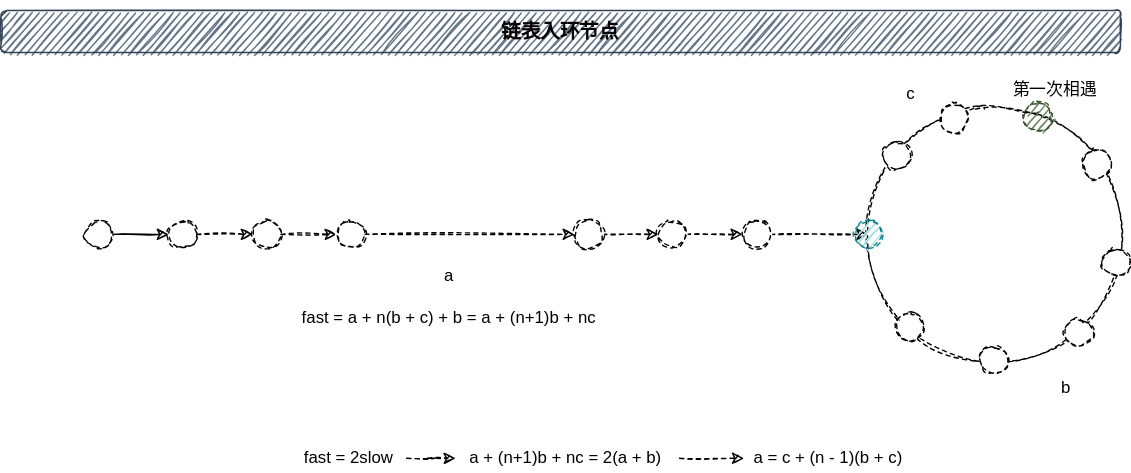
This is 05-数据结构与算法/00-数据结构/images/链表入环.svg from cd-home/Root, a draw.io export, as it was before one commit. Source tidied: cells renumbered, new cells last; positions are measured from the earlier drawing's top-left corner, leaving out a move shared by most shapes.
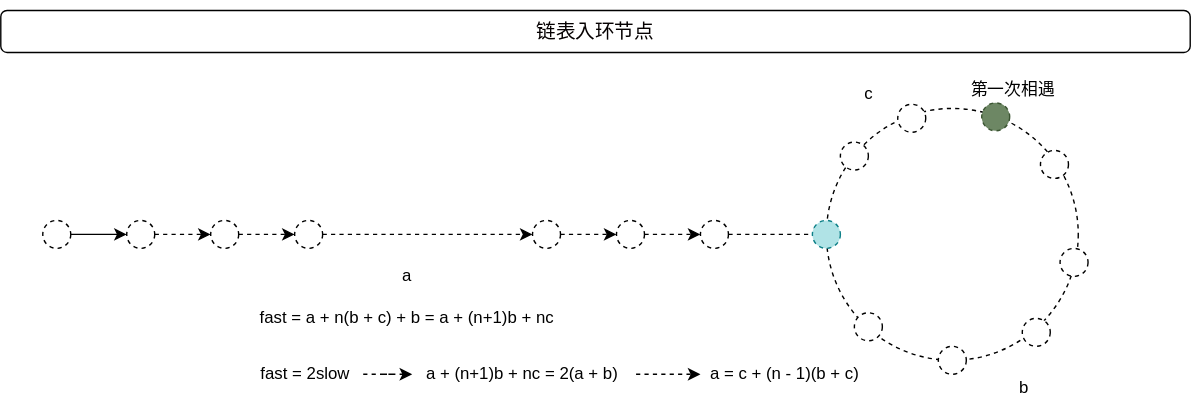
The same file after the commit.

The edit, as a diff of the source:
```diff
@@ -2,110 +2,110 @@
   <root>
     <mxCell id="0" />
     <mxCell id="1" parent="0" />
-    <mxCell id="2" value="&lt;h3&gt;&lt;font color=&quot;#050001&quot;&gt;链表入环节点&lt;/font&gt;&lt;/h3&gt;" style="rounded=1;whiteSpace=wrap;html=1;fillColor=#647687;strokeColor=#314354;fontColor=#ffffff;sketch=1;" parent="1" vertex="1">
-      <mxGeometry width="800" height="30" as="geometry" />
+    <mxCell id="2" value="&lt;h3&gt;&lt;font style=&quot;font-weight: normal;&quot; color=&quot;#050001&quot;&gt;链表入环节点&lt;/font&gt;&lt;/h3&gt;" style="rounded=1;whiteSpace=wrap;html=1;" parent="1" vertex="1">
+      <mxGeometry x="30" width="850" height="30" as="geometry" />
     </mxCell>
-    <mxCell id="3" style="edgeStyle=orthogonalEdgeStyle;rounded=0;jettySize=auto;html=1;strokeWidth=1;sketch=1;" parent="1" edge="1" source="4" target="6">
+    <mxCell id="3" style="edgeStyle=orthogonalEdgeStyle;rounded=0;jettySize=auto;html=1;strokeWidth=1;" parent="1" edge="1" source="4" target="6">
       <mxGeometry relative="1" as="geometry" />
     </mxCell>
-    <mxCell id="4" style="ellipse;whiteSpace=wrap;html=1;dashed=1;sketch=1;" parent="1" vertex="1">
+    <mxCell id="4" style="ellipse;whiteSpace=wrap;html=1;dashed=1;" parent="1" vertex="1">
       <mxGeometry x="60" y="150" width="20" height="20" as="geometry" />
     </mxCell>
-    <mxCell id="5" style="edgeStyle=orthogonalEdgeStyle;rounded=0;jettySize=auto;html=1;strokeWidth=1;dashed=1;sketch=1;" parent="1" edge="1" source="6" target="8">
+    <mxCell id="5" style="edgeStyle=orthogonalEdgeStyle;rounded=0;jettySize=auto;html=1;strokeWidth=1;dashed=1;" parent="1" edge="1" source="6" target="8">
       <mxGeometry relative="1" as="geometry" />
     </mxCell>
-    <mxCell id="6" style="ellipse;whiteSpace=wrap;html=1;dashed=1;sketch=1;" parent="1" vertex="1">
+    <mxCell id="6" style="ellipse;whiteSpace=wrap;html=1;dashed=1;" parent="1" vertex="1">
       <mxGeometry x="120" y="150" width="20" height="20" as="geometry" />
     </mxCell>
-    <mxCell id="7" style="edgeStyle=orthogonalEdgeStyle;rounded=0;jettySize=auto;html=1;dashed=1;strokeWidth=1;sketch=1;" parent="1" edge="1" source="8" target="10">
+    <mxCell id="7" style="edgeStyle=orthogonalEdgeStyle;rounded=0;jettySize=auto;html=1;dashed=1;strokeWidth=1;" parent="1" edge="1" source="8" target="10">
       <mxGeometry relative="1" as="geometry" />
     </mxCell>
-    <mxCell id="8" style="ellipse;whiteSpace=wrap;html=1;dashed=1;sketch=1;" parent="1" vertex="1">
+    <mxCell id="8" style="ellipse;whiteSpace=wrap;html=1;dashed=1;" parent="1" vertex="1">
       <mxGeometry x="180" y="150" width="20" height="20" as="geometry" />
     </mxCell>
-    <mxCell id="9" style="edgeStyle=orthogonalEdgeStyle;rounded=0;jettySize=auto;html=1;dashed=1;strokeWidth=1;sketch=1;" parent="1" edge="1" source="10" target="12">
+    <mxCell id="9" style="edgeStyle=orthogonalEdgeStyle;rounded=0;jettySize=auto;html=1;dashed=1;strokeWidth=1;" parent="1" edge="1" source="10" target="12">
       <mxGeometry relative="1" as="geometry" />
     </mxCell>
-    <mxCell id="10" style="ellipse;whiteSpace=wrap;html=1;dashed=1;sketch=1;" parent="1" vertex="1">
+    <mxCell id="10" style="ellipse;whiteSpace=wrap;html=1;dashed=1;" parent="1" vertex="1">
       <mxGeometry x="240" y="150" width="20" height="20" as="geometry" />
     </mxCell>
-    <mxCell id="11" style="edgeStyle=orthogonalEdgeStyle;rounded=0;jettySize=auto;html=1;dashed=1;strokeWidth=1;sketch=1;" parent="1" edge="1" source="12" target="14">
+    <mxCell id="11" style="edgeStyle=orthogonalEdgeStyle;rounded=0;jettySize=auto;html=1;dashed=1;strokeWidth=1;" parent="1" edge="1" source="12" target="14">
       <mxGeometry relative="1" as="geometry" />
     </mxCell>
-    <mxCell id="12" style="ellipse;whiteSpace=wrap;html=1;dashed=1;sketch=1;" parent="1" vertex="1">
+    <mxCell id="12" style="ellipse;whiteSpace=wrap;html=1;dashed=1;" parent="1" vertex="1">
       <mxGeometry x="410" y="150" width="20" height="20" as="geometry" />
     </mxCell>
-    <mxCell id="13" style="edgeStyle=orthogonalEdgeStyle;rounded=0;jettySize=auto;html=1;dashed=1;strokeWidth=1;sketch=1;" parent="1" edge="1" source="14" target="16">
+    <mxCell id="13" style="edgeStyle=orthogonalEdgeStyle;rounded=0;jettySize=auto;html=1;dashed=1;strokeWidth=1;" parent="1" edge="1" source="14" target="16">
       <mxGeometry relative="1" as="geometry" />
     </mxCell>
-    <mxCell id="14" style="ellipse;whiteSpace=wrap;html=1;dashed=1;sketch=1;" parent="1" vertex="1">
+    <mxCell id="14" style="ellipse;whiteSpace=wrap;html=1;dashed=1;" parent="1" vertex="1">
       <mxGeometry x="470" y="150" width="20" height="20" as="geometry" />
     </mxCell>
-    <mxCell id="15" style="edgeStyle=orthogonalEdgeStyle;rounded=0;jettySize=auto;html=1;dashed=1;strokeWidth=1;sketch=1;" parent="1" edge="1" source="16" target="17">
+    <mxCell id="15" style="edgeStyle=orthogonalEdgeStyle;rounded=0;jettySize=auto;html=1;dashed=1;strokeWidth=1;" parent="1" edge="1" source="16" target="17">
       <mxGeometry relative="1" as="geometry" />
     </mxCell>
-    <mxCell id="16" style="ellipse;whiteSpace=wrap;html=1;dashed=1;sketch=1;" parent="1" vertex="1">
+    <mxCell id="16" style="ellipse;whiteSpace=wrap;html=1;dashed=1;" parent="1" vertex="1">
       <mxGeometry x="530" y="150" width="20" height="20" as="geometry" />
     </mxCell>
-    <mxCell id="17" style="ellipse;whiteSpace=wrap;html=1;dashed=1;sketch=1;" parent="1" vertex="1">
+    <mxCell id="17" style="ellipse;whiteSpace=wrap;html=1;dashed=1;" parent="1" vertex="1">
       <mxGeometry x="620" y="70" width="180" height="180" as="geometry" />
     </mxCell>
-    <mxCell id="18" style="ellipse;whiteSpace=wrap;html=1;dashed=1;fillColor=#b0e3e6;strokeColor=#0e8088;sketch=1;" parent="1" vertex="1">
+    <mxCell id="18" style="ellipse;whiteSpace=wrap;html=1;dashed=1;fillColor=#b0e3e6;strokeColor=#0e8088;" parent="1" vertex="1">
       <mxGeometry x="610" y="150" width="20" height="20" as="geometry" />
     </mxCell>
-    <mxCell id="19" style="ellipse;whiteSpace=wrap;html=1;dashed=1;sketch=1;" parent="1" vertex="1">
+    <mxCell id="19" style="ellipse;whiteSpace=wrap;html=1;dashed=1;" parent="1" vertex="1">
       <mxGeometry x="630" y="94" width="20" height="20" as="geometry" />
     </mxCell>
-    <mxCell id="20" style="ellipse;whiteSpace=wrap;html=1;dashed=1;sketch=1;" parent="1" vertex="1">
+    <mxCell id="20" style="ellipse;whiteSpace=wrap;html=1;dashed=1;" parent="1" vertex="1">
       <mxGeometry x="671" y="67" width="20" height="20" as="geometry" />
     </mxCell>
-    <mxCell id="21" style="ellipse;whiteSpace=wrap;html=1;dashed=1;fillColor=#6d8764;strokeColor=#3A5431;fontColor=#ffffff;sketch=1;" parent="1" vertex="1">
+    <mxCell id="21" style="ellipse;whiteSpace=wrap;html=1;dashed=1;fillColor=#6d8764;strokeColor=#3A5431;fontColor=#ffffff;" parent="1" vertex="1">
       <mxGeometry x="731" y="66" width="20" height="20" as="geometry" />
     </mxCell>
-    <mxCell id="22" style="ellipse;whiteSpace=wrap;html=1;dashed=1;sketch=1;" parent="1" vertex="1">
+    <mxCell id="22" style="ellipse;whiteSpace=wrap;html=1;dashed=1;" parent="1" vertex="1">
       <mxGeometry x="773" y="100" width="20" height="20" as="geometry" />
     </mxCell>
-    <mxCell id="23" style="ellipse;whiteSpace=wrap;html=1;dashed=1;sketch=1;" parent="1" vertex="1">
+    <mxCell id="23" style="ellipse;whiteSpace=wrap;html=1;dashed=1;" parent="1" vertex="1">
       <mxGeometry x="787" y="170" width="20" height="20" as="geometry" />
     </mxCell>
-    <mxCell id="24" style="ellipse;whiteSpace=wrap;html=1;dashed=1;sketch=1;" parent="1" vertex="1">
+    <mxCell id="24" style="ellipse;whiteSpace=wrap;html=1;dashed=1;" parent="1" vertex="1">
       <mxGeometry x="760" y="220" width="20" height="20" as="geometry" />
     </mxCell>
-    <mxCell id="25" style="ellipse;whiteSpace=wrap;html=1;dashed=1;sketch=1;" parent="1" vertex="1">
+    <mxCell id="25" style="ellipse;whiteSpace=wrap;html=1;dashed=1;" parent="1" vertex="1">
       <mxGeometry x="700" y="240" width="20" height="20" as="geometry" />
     </mxCell>
-    <mxCell id="26" style="ellipse;whiteSpace=wrap;html=1;dashed=1;sketch=1;" parent="1" vertex="1">
+    <mxCell id="26" style="ellipse;whiteSpace=wrap;html=1;dashed=1;" parent="1" vertex="1">
       <mxGeometry x="640" y="216" width="20" height="20" as="geometry" />
     </mxCell>
-    <mxCell id="27" value="a" style="text;html=1;align=center;verticalAlign=middle;strokeColor=none;sketch=1;" parent="1" vertex="1">
+    <mxCell id="27" value="a" style="text;html=1;align=center;verticalAlign=middle;strokeColor=none;" parent="1" vertex="1">
       <mxGeometry x="310" y="180" width="20" height="20" as="geometry" />
     </mxCell>
-    <mxCell id="28" value="b" style="text;html=1;align=center;verticalAlign=middle;strokeColor=none;sketch=1;" parent="1" vertex="1">
+    <mxCell id="28" value="b" style="text;html=1;align=center;verticalAlign=middle;strokeColor=none;" parent="1" vertex="1">
       <mxGeometry x="751" y="260" width="20" height="20" as="geometry" />
     </mxCell>
-    <mxCell id="29" value="第一次相遇" style="text;html=1;align=center;verticalAlign=middle;strokeColor=none;sketch=1;" parent="1" vertex="1">
+    <mxCell id="29" value="第一次相遇" style="text;html=1;align=center;verticalAlign=middle;strokeColor=none;" parent="1" vertex="1">
       <mxGeometry x="713" y="47" width="80" height="20" as="geometry" />
     </mxCell>
-    <mxCell id="30" value="c" style="text;html=1;align=center;verticalAlign=middle;strokeColor=none;sketch=1;" parent="1" vertex="1">
+    <mxCell id="30" value="c" style="text;html=1;align=center;verticalAlign=middle;strokeColor=none;" parent="1" vertex="1">
       <mxGeometry x="640" y="50" width="20" height="20" as="geometry" />
     </mxCell>
-    <mxCell id="31" value="fast = a + n(b + c) + b = a + (n+1)b + nc&lt;br&gt;" style="text;html=1;align=center;verticalAlign=middle;strokeColor=none;sketch=1;" parent="1" vertex="1">
+    <mxCell id="31" value="fast = a + n(b + c) + b = a + (n+1)b + nc&lt;br&gt;" style="text;html=1;align=center;verticalAlign=middle;strokeColor=none;" parent="1" vertex="1">
       <mxGeometry x="205" y="210" width="230" height="20" as="geometry" />
     </mxCell>
-    <mxCell id="32" style="edgeStyle=orthogonalEdgeStyle;rounded=0;jettySize=auto;html=1;dashed=1;strokeWidth=1;sketch=1;" parent="1" edge="1" source="33" target="35">
+    <mxCell id="32" style="edgeStyle=orthogonalEdgeStyle;rounded=0;jettySize=auto;html=1;dashed=1;strokeWidth=1;" parent="1" edge="1" source="33" target="35">
       <mxGeometry relative="1" as="geometry" />
     </mxCell>
-    <mxCell id="33" value="fast = 2slow&amp;nbsp;" style="text;html=1;align=center;verticalAlign=middle;points=[];strokeColor=none;sketch=1;" parent="1" vertex="1">
-      <mxGeometry x="210" y="310" width="80" height="20" as="geometry" />
+    <mxCell id="33" value="fast = 2slow&amp;nbsp;" style="text;html=1;align=center;verticalAlign=middle;points=[];strokeColor=none;" parent="1" vertex="1">
+      <mxGeometry x="209" y="250" width="80" height="20" as="geometry" />
     </mxCell>
-    <mxCell id="34" style="edgeStyle=orthogonalEdgeStyle;rounded=0;jettySize=auto;html=1;dashed=1;strokeWidth=1;sketch=1;" parent="1" edge="1" source="35" target="36">
+    <mxCell id="34" style="edgeStyle=orthogonalEdgeStyle;rounded=0;jettySize=auto;html=1;dashed=1;strokeWidth=1;" parent="1" edge="1" source="35" target="36">
       <mxGeometry relative="1" as="geometry" />
     </mxCell>
-    <mxCell id="35" value="a + (n+1)b + nc = 2(a + b)&amp;nbsp;" style="text;html=1;align=center;verticalAlign=middle;points=[];strokeColor=none;sketch=1;" parent="1" vertex="1">
-      <mxGeometry x="325" y="310" width="160" height="20" as="geometry" />
+    <mxCell id="35" value="a + (n+1)b + nc = 2(a + b)&amp;nbsp;" style="text;html=1;align=center;verticalAlign=middle;points=[];strokeColor=none;" parent="1" vertex="1">
+      <mxGeometry x="324" y="250" width="160" height="20" as="geometry" />
     </mxCell>
-    <mxCell id="36" value="a = c + (n - 1)(b + c)" style="text;html=1;align=center;verticalAlign=middle;points=[];strokeColor=none;sketch=1;" parent="1" vertex="1">
-      <mxGeometry x="531" y="310" width="120" height="20" as="geometry" />
+    <mxCell id="36" value="a = c + (n - 1)(b + c)" style="text;html=1;align=center;verticalAlign=middle;points=[];strokeColor=none;" parent="1" vertex="1">
+      <mxGeometry x="530" y="250" width="120" height="20" as="geometry" />
     </mxCell>
   </root>
 </mxGraphModel>
```
